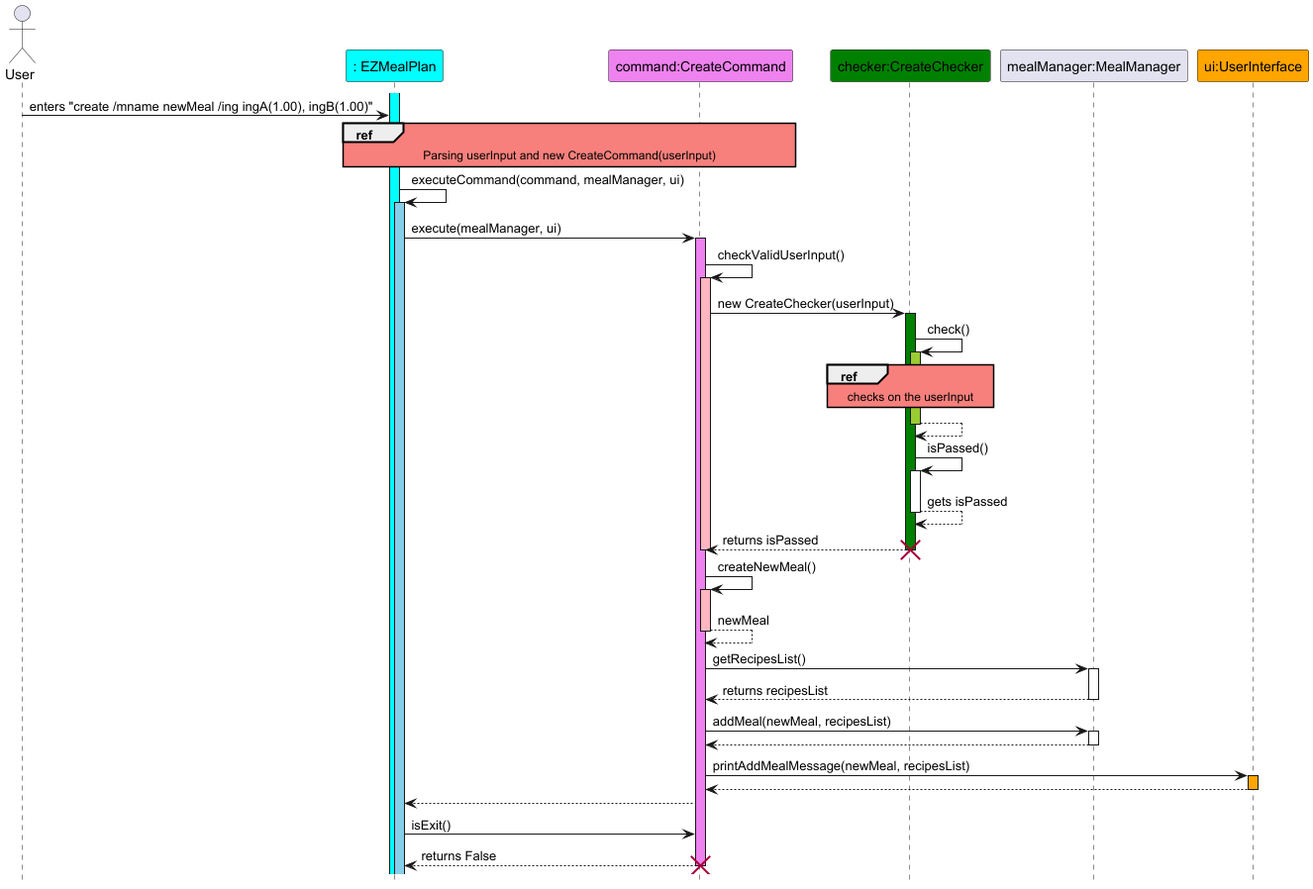
The PlantUML diagram docs/diagrams/CreateCommand.png in wentuoc/tp, before a commit.
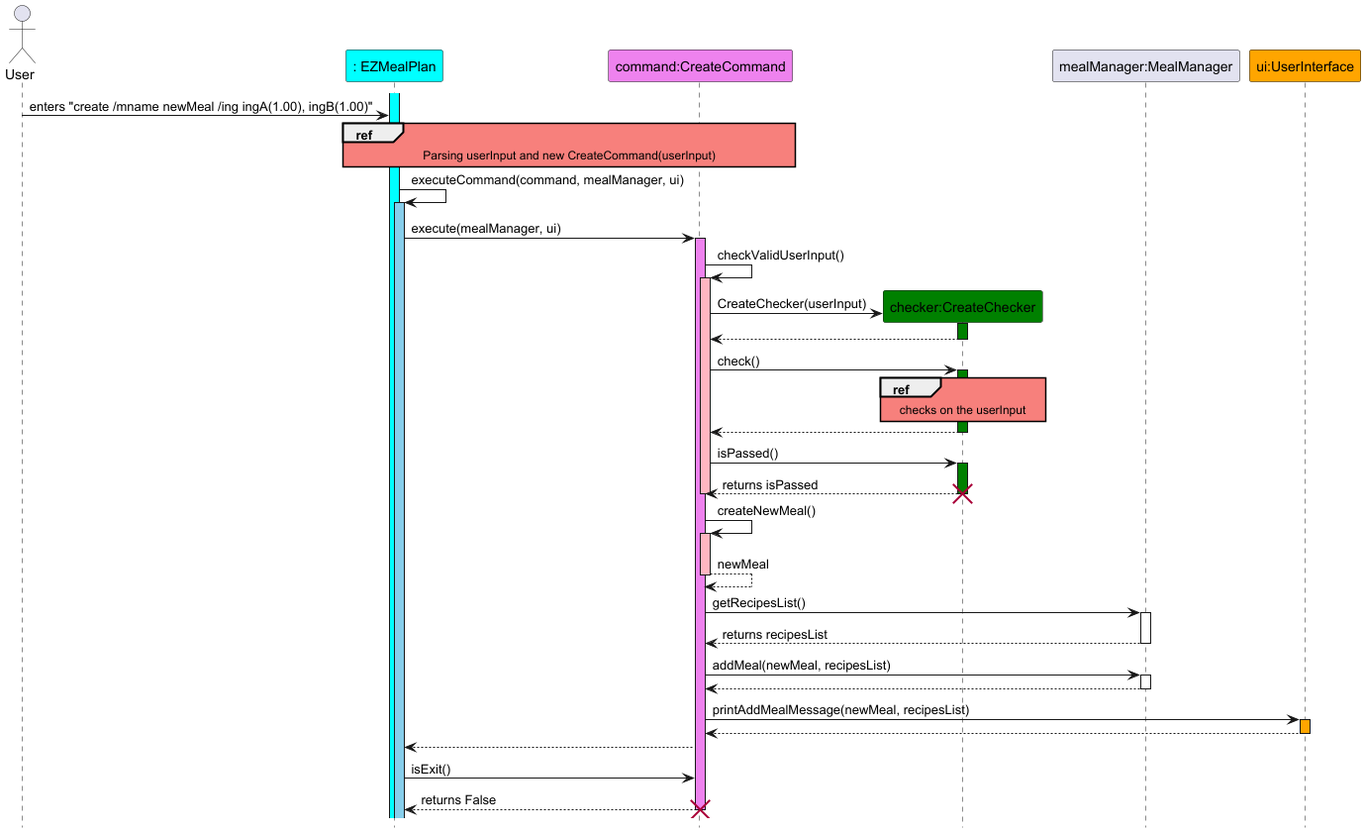
After the commit.

Commit message:
Rectify mistakes in CreateChecker.png and CreateCommand.png

What changed in the source:
```diff
@@ -20,19 +20,20 @@
 activate CreateCommand #Violet
 CreateCommand -> CreateCommand : checkValidUserInput()
 activate CreateCommand #LightPink
-CreateCommand -> CreateChecker : new CreateChecker(userInput)
+create CreateChecker
+CreateCommand -> CreateChecker : CreateChecker(userInput)
 activate CreateChecker #Green
-CreateChecker -> CreateChecker : check()
-activate CreateChecker #YellowGreen
+CreateChecker --> CreateCommand
+deactivate CreateChecker
+CreateCommand -> CreateChecker : check()
+activate CreateChecker #Green
 Ref Over CreateChecker
 checks on the userInput
 end
-CreateChecker --> CreateChecker
+CreateChecker --> CreateCommand
 deactivate CreateChecker
-CreateChecker -> CreateChecker : isPassed()
-activate CreateChecker
-CreateChecker --> CreateChecker : gets isPassed
-deactivate CreateChecker
+CreateCommand -> CreateChecker : isPassed()
+activate CreateChecker #Green
 CreateChecker --> CreateCommand : returns isPassed
 deactivate CreateChecker
 destroy CreateChecker
```
